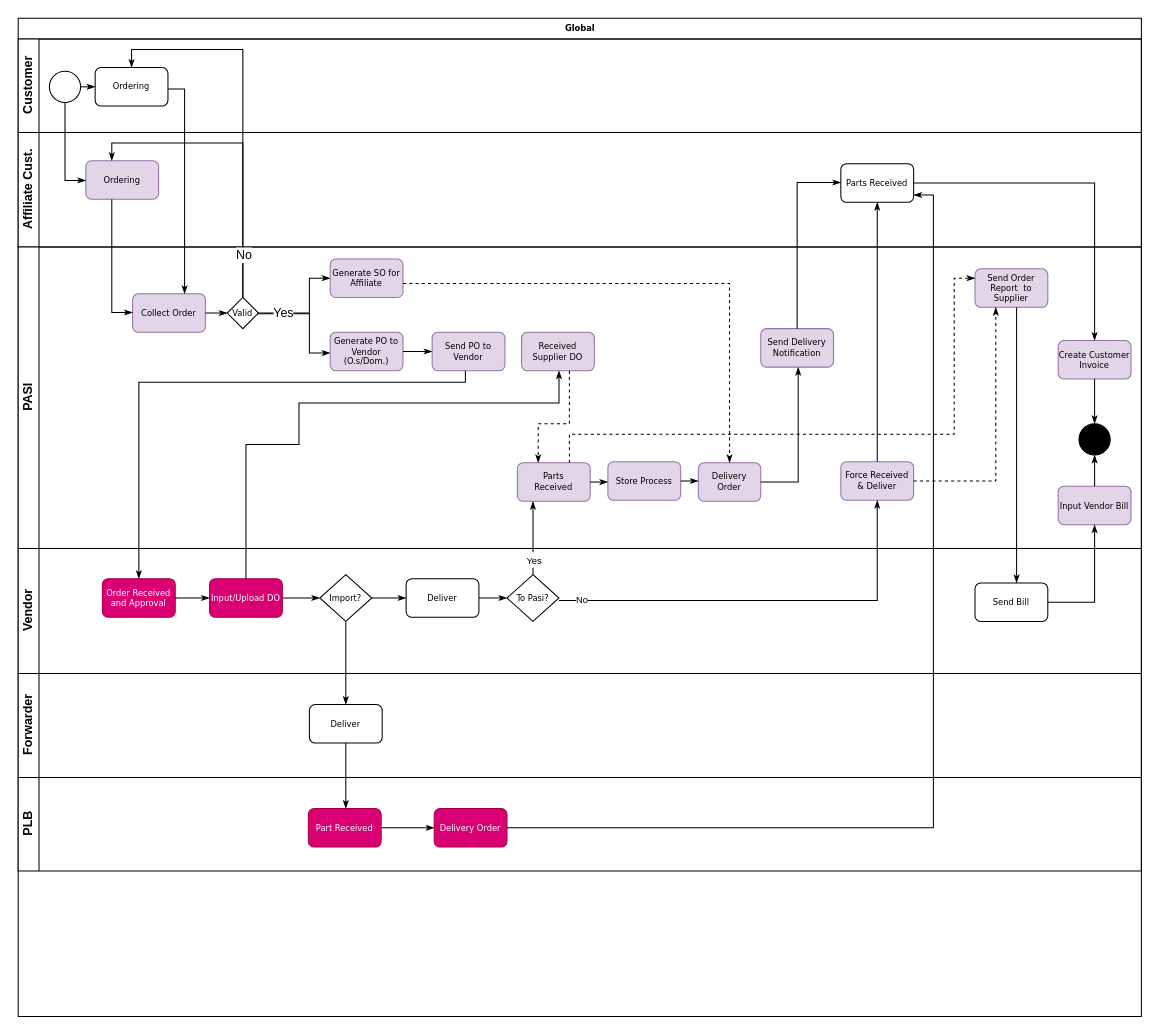
Earlier version of the draw.io diagram page "0. Global" (1 of 8) of PASI - PPS.drawio (hendrasaputra0501/pasi-bpa). Source tidied: cells renumbered, new cells numbered last; positions are measured from the earlier drawing's top-left corner, leaving out a move shared by most shapes. Both pictures are drawn from the tidied source at 104%, with x=0, y=0 at pixel (18, 18).
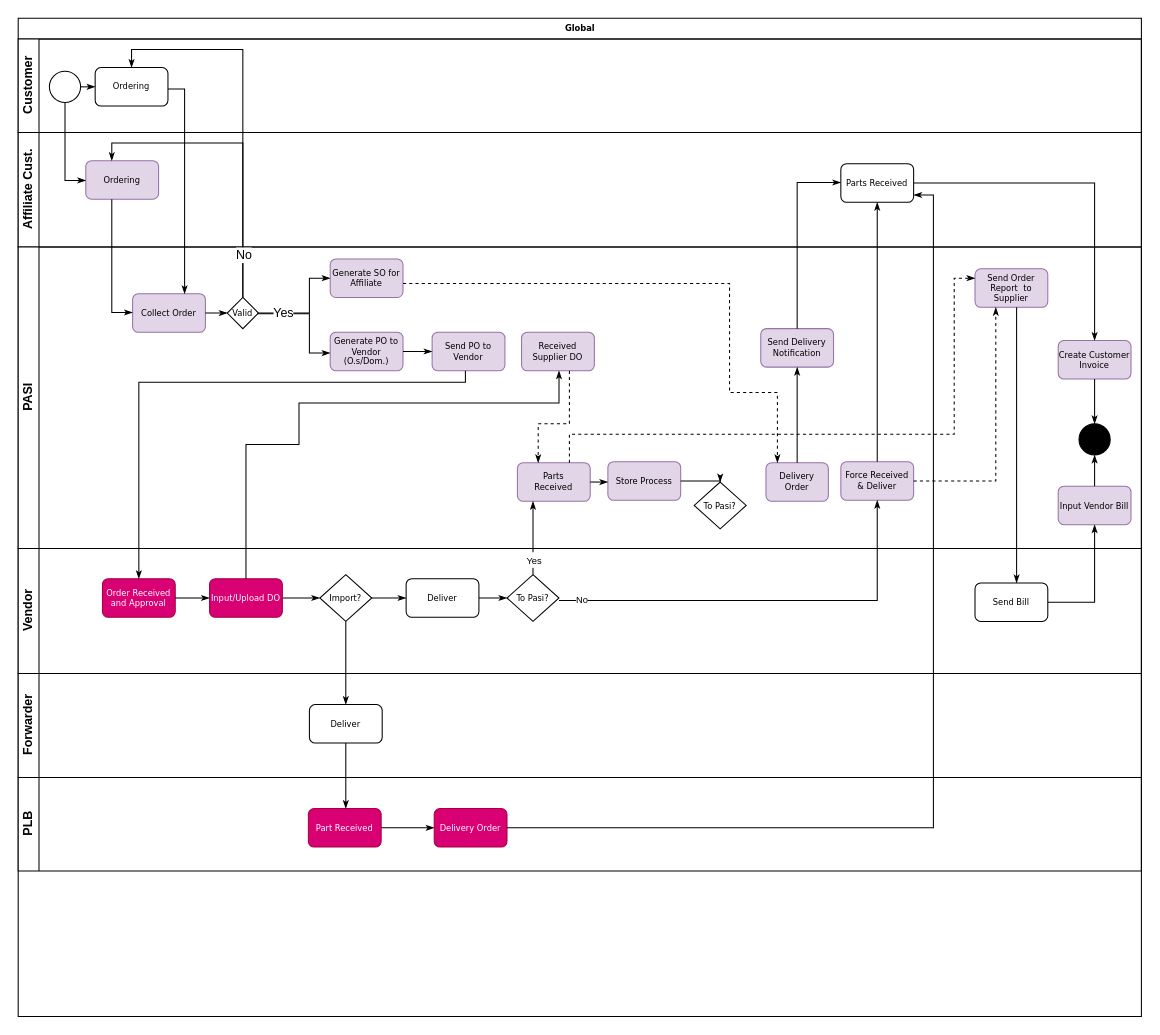
After the change.

The change refers to these unchanged cells:
```xml
<mxCell id="10" value="PASI" style="swimlane;html=1;startSize=20;horizontal=0;" parent="2" vertex="1">
  <mxGeometry y="220" width="1080" height="290" as="geometry" />
</mxCell>
<mxCell id="14" value="Generate SO for Affiliate" style="rounded=1;whiteSpace=wrap;html=1;shadow=0;labelBackgroundColor=none;strokeWidth=1;fontFamily=Verdana;fontSize=8;align=center;fillColor=#e1d5e7;strokeColor=#9673a6;" parent="10" vertex="1">
  <mxGeometry x="300" y="11.5" width="70" height="37" as="geometry" />
</mxCell>
<mxCell id="28" value="Store Process" style="rounded=1;whiteSpace=wrap;html=1;shadow=0;labelBackgroundColor=none;strokeWidth=1;fontFamily=Verdana;fontSize=8;align=center;fillColor=#e1d5e7;strokeColor=#9673a6;" parent="10" vertex="1">
  <mxGeometry x="567" y="206.5" width="70" height="37" as="geometry" />
</mxCell>
```

What changed in the source:
```diff
@@
     <mxCell id="30" value="Delivery Order" style="rounded=1;whiteSpace=wrap;html=1;shadow=0;labelBackgroundColor=none;strokeWidth=1;fontFamily=Verdana;fontSize=8;align=center;fillColor=#e1d5e7;strokeColor=#9673a6;" parent="10" vertex="1">
-      <mxGeometry x="654" y="207.5" width="60" height="37" as="geometry" />
+      <mxGeometry x="719" y="207.5" width="60" height="37" as="geometry" />
     </mxCell>
     <mxCell id="31" style="edgeStyle=orthogonalEdgeStyle;rounded=0;html=1;labelBackgroundColor=none;startArrow=none;startFill=0;startSize=5;endArrow=classicThin;endFill=1;endSize=5;jettySize=auto;strokeWidth=1;fontFamily=Verdana;fontSize=8;dashed=1;" parent="10" edge="1" source="14" target="30">
       <mxGeometry relative="1" as="geometry">
         <Array as="points">
           <mxPoint x="684" y="35" />
+          <mxPoint x="684" y="140" />
+          <mxPoint x="730" y="140" />
         </Array>
       </mxGeometry>
     </mxCell>
@@
-    <mxCell id="33" style="edgeStyle=orthogonalEdgeStyle;rounded=0;html=1;labelBackgroundColor=none;startArrow=none;startFill=0;startSize=5;endArrow=classicThin;endFill=1;endSize=5;jettySize=auto;strokeWidth=1;fontFamily=Verdana;fontSize=8;" parent="10" edge="1" source="28" target="30">
-      <mxGeometry relative="1" as="geometry">
-        <Array as="points">
-          <mxPoint x="700" y="225" />
-          <mxPoint x="700" y="225" />
-        </Array>
-      </mxGeometry>
-    </mxCell>
@@
+    <mxCell id="77" value="To Pasi?" style="strokeWidth=1;html=1;shape=mxgraph.flowchart.decision;whiteSpace=wrap;rounded=1;shadow=0;labelBackgroundColor=none;fontFamily=Verdana;fontSize=8;align=center;" parent="10" vertex="1">
+      <mxGeometry x="650" y="226" width="50" height="45" as="geometry" />
+    </mxCell>
+    <mxCell id="33" style="edgeStyle=orthogonalEdgeStyle;rounded=0;html=1;labelBackgroundColor=none;startArrow=none;startFill=0;startSize=5;endArrow=classicThin;endFill=1;endSize=5;jettySize=auto;strokeWidth=1;fontFamily=Verdana;fontSize=8;" parent="10" edge="1" source="28" target="77">
+      <mxGeometry relative="1" as="geometry">
+        <Array as="points">
+          <mxPoint x="675" y="225" />
+        </Array>
+      </mxGeometry>
+    </mxCell>
```
